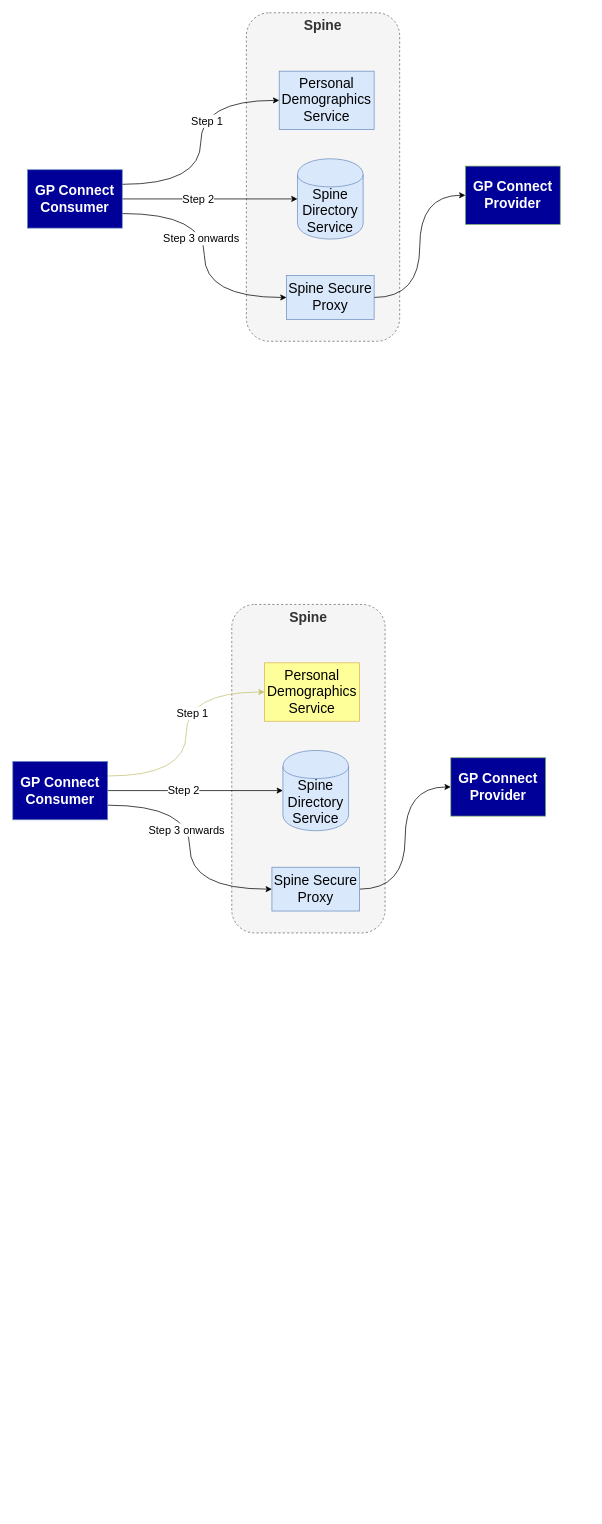
This is _diagrams-source/Draw.io/gpconnect-flow.drawio from nhsconnect/gpconnect, a draw.io file, before an edit. Source tidied: cells renumbered, new cells numbered last; positions are measured from the earlier drawing's top-left corner, leaving out a move shared by most shapes. Both pictures are drawn from the tidied source at 73%, with x=0, y=0 at pixel (12, 12).
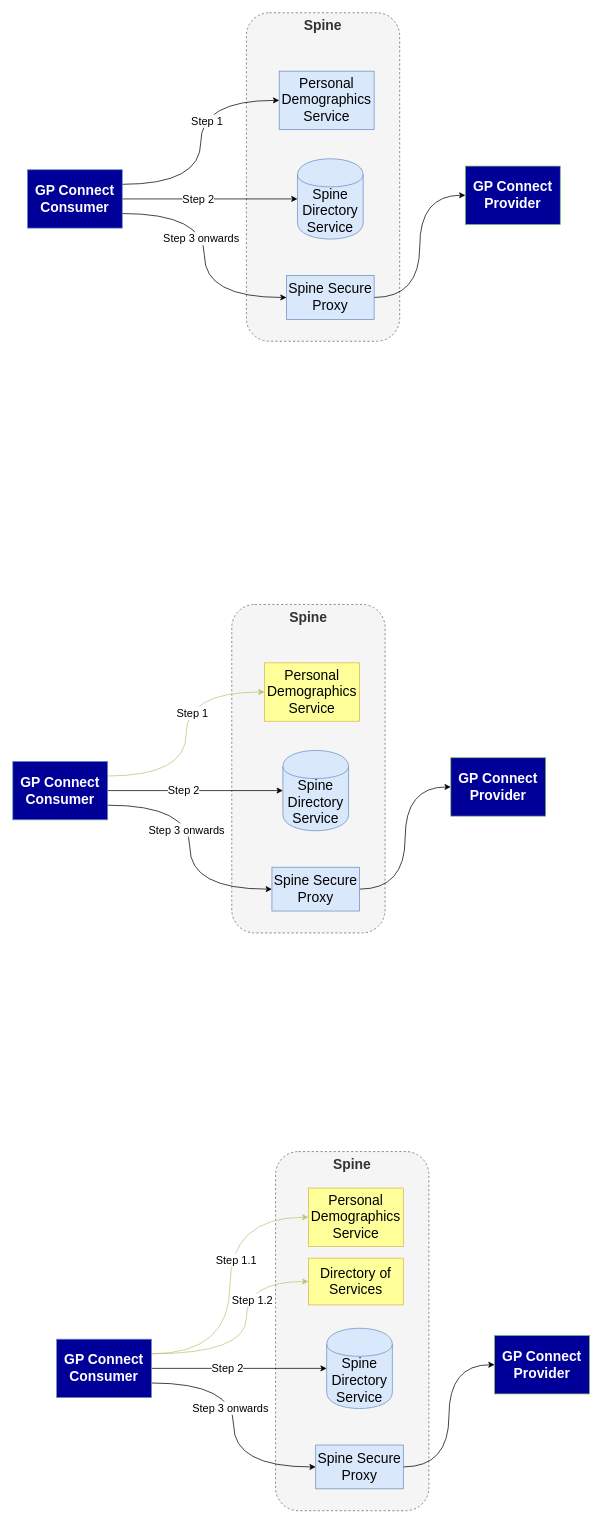
Above is the later version.

Commit message (it also covers changes not shown here):
Add DOS information to appointments service discovery page

The edit, as a diff of the source:
```diff
@@
+    <mxCell id="28" value="&lt;font style=&quot;font-size: 19px&quot;&gt;&lt;b&gt;Spine&lt;/b&gt;&lt;/font&gt;" style="rounded=1;whiteSpace=wrap;html=1;verticalAlign=top;dashed=1;fillColor=#f5f5f5;strokeColor=#666666;fontColor=#333333;" parent="1" vertex="1">
+      <mxGeometry x="360" y="1560" width="210" height="492" as="geometry" />
+    </mxCell>
+    <mxCell id="29" value="&lt;font style=&quot;font-size: 19px&quot;&gt;Spine Directory Service&lt;/font&gt;" style="shape=cylinder;whiteSpace=wrap;html=1;boundedLbl=1;backgroundOutline=1;fillColor=#dae8fc;strokeColor=#6c8ebf;" parent="1" vertex="1">
+      <mxGeometry x="430" y="1802" width="90" height="110" as="geometry" />
+    </mxCell>
+    <mxCell id="30" value="&lt;font style=&quot;font-size: 19px&quot;&gt;Personal Demographics Service&lt;/font&gt;" style="rounded=0;whiteSpace=wrap;html=1;fillColor=#FFFF99;strokeColor=#d6b656;" parent="1" vertex="1">
+      <mxGeometry x="405" y="1610" width="130" height="80" as="geometry" />
+    </mxCell>
+    <mxCell id="31" style="edgeStyle=orthogonalEdgeStyle;curved=1;jettySize=auto;html=1;exitX=1;exitY=0.5;exitDx=0;exitDy=0;entryX=0;entryY=0.5;entryDx=0;entryDy=0;" parent="1" edge="1" source="32" target="33">
+      <mxGeometry relative="1" as="geometry" />
+    </mxCell>
+    <mxCell id="32" value="&lt;font style=&quot;font-size: 19px&quot;&gt;Spine Secure Proxy&lt;/font&gt;" style="rounded=0;whiteSpace=wrap;html=1;fillColor=#dae8fc;strokeColor=#6c8ebf;" parent="1" vertex="1">
+      <mxGeometry x="415" y="1962" width="120" height="60" as="geometry" />
+    </mxCell>
+    <mxCell id="33" value="&lt;font style=&quot;font-size: 19px&quot;&gt;GP Connect&lt;br&gt;Provider&lt;/font&gt;" style="rounded=0;whiteSpace=wrap;html=1;fillColor=#000099;strokeColor=#82b366;fontColor=#FFFFFF;fontStyle=1;" parent="1" vertex="1">
+      <mxGeometry x="660" y="1812" width="130" height="80" as="geometry" />
+    </mxCell>
+    <mxCell id="34" style="edgeStyle=orthogonalEdgeStyle;jettySize=auto;html=1;exitX=1;exitY=0.25;exitDx=0;exitDy=0;entryX=0;entryY=0.5;entryDx=0;entryDy=0;curved=1;fillColor=#fff2cc;strokeColor=#C2C274;" parent="1" edge="1" source="42" target="30">
+      <mxGeometry relative="1" as="geometry" />
+    </mxCell>
+    <mxCell id="35" value="&lt;font style=&quot;font-size: 15px&quot;&gt;Step 1.1&lt;br&gt;&lt;/font&gt;" style="text;html=1;align=center;verticalAlign=middle;labelBackgroundColor=#ffffff;" parent="34" vertex="1">
+      <mxGeometry x="0.18" y="-8" relative="1" as="geometry" />
+    </mxCell>
+    <mxCell id="36" style="edgeStyle=orthogonalEdgeStyle;rounded=0;jettySize=auto;html=1;exitX=1;exitY=0.5;exitDx=0;exitDy=0;entryX=0;entryY=0.5;entryDx=0;entryDy=0;" parent="1" edge="1" source="42" target="29">
+      <mxGeometry relative="1" as="geometry" />
+    </mxCell>
+    <mxCell id="37" value="&lt;font style=&quot;font-size: 15px&quot;&gt;Step 2&lt;/font&gt;" style="text;html=1;align=center;verticalAlign=middle;labelBackgroundColor=#ffffff;" parent="36" vertex="1">
+      <mxGeometry x="-0.14" y="1" relative="1" as="geometry" />
+    </mxCell>
+    <mxCell id="38" style="edgeStyle=orthogonalEdgeStyle;jettySize=auto;html=1;exitX=1;exitY=0.75;exitDx=0;exitDy=0;entryX=0;entryY=0.5;entryDx=0;entryDy=0;curved=1;" parent="1" edge="1" source="42" target="32">
+      <mxGeometry relative="1" as="geometry" />
+    </mxCell>
+    <mxCell id="39" value="&lt;font style=&quot;font-size: 15px&quot;&gt;Step 3 onwards&lt;/font&gt;" style="text;html=1;align=center;verticalAlign=middle;labelBackgroundColor=#ffffff;" parent="38" vertex="1">
+      <mxGeometry x="-0.37" y="-33" relative="1" as="geometry" />
+    </mxCell>
+    <mxCell id="40" style="edgeStyle=orthogonalEdgeStyle;curved=1;jettySize=auto;html=1;exitX=1;exitY=0.25;exitDx=0;exitDy=0;entryX=0;entryY=0.5;entryDx=0;entryDy=0;strokeColor=#C2C274;fontColor=#C2C274;" parent="1" edge="1" source="42" target="43">
+      <mxGeometry relative="1" as="geometry">
+        <Array as="points">
+          <mxPoint x="320" y="1837" />
+          <mxPoint x="320" y="1738" />
+        </Array>
+      </mxGeometry>
+    </mxCell>
+    <mxCell id="41" value="&lt;font color=&quot;#000000&quot; style=&quot;font-size: 15px&quot;&gt;Step 1.2&lt;/font&gt;" style="text;html=1;align=center;verticalAlign=middle;labelBackgroundColor=#ffffff;fontColor=#C2C274;" parent="40" vertex="1">
+      <mxGeometry x="0.47" y="-13" relative="1" as="geometry">
+        <mxPoint x="5.5" y="11.5" as="offset" />
+      </mxGeometry>
+    </mxCell>
+    <mxCell id="42" value="&lt;font style=&quot;font-size: 19px&quot;&gt;GP Connect&lt;br&gt;Consumer&lt;/font&gt;" style="rounded=0;whiteSpace=wrap;html=1;fillColor=#000099;strokeColor=#6c8ebf;fontColor=#FFFFFF;fontStyle=1;" parent="1" vertex="1">
+      <mxGeometry x="60" y="1817" width="130" height="80" as="geometry" />
+    </mxCell>
+    <mxCell id="43" value="&lt;font style=&quot;font-size: 19px&quot;&gt;Directory of Services&lt;/font&gt;" style="rounded=0;whiteSpace=wrap;html=1;fillColor=#FFFF99;strokeColor=#d6b656;" parent="1" vertex="1">
+      <mxGeometry x="405" y="1706" width="130" height="64" as="geometry" />
+    </mxCell>
```
